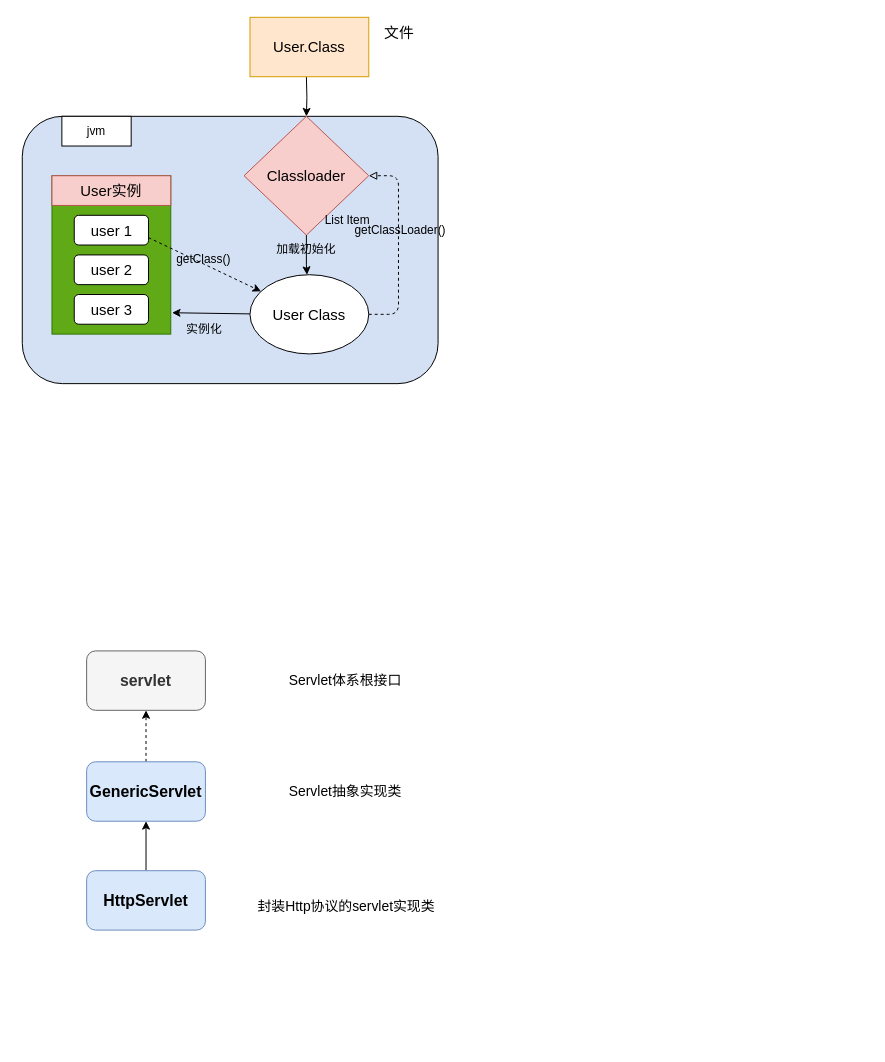
Before: 未命名绘图.drawio in fantasy-Jin/Mynote, a draw.io diagram. Source tidied: cells renumbered, new cells numbered last; positions are measured from the earlier drawing's top-left corner, leaving out a move shared by most shapes. Both pictures are drawn from the tidied source at 99%, with x=0, y=0 at pixel (22, 17).
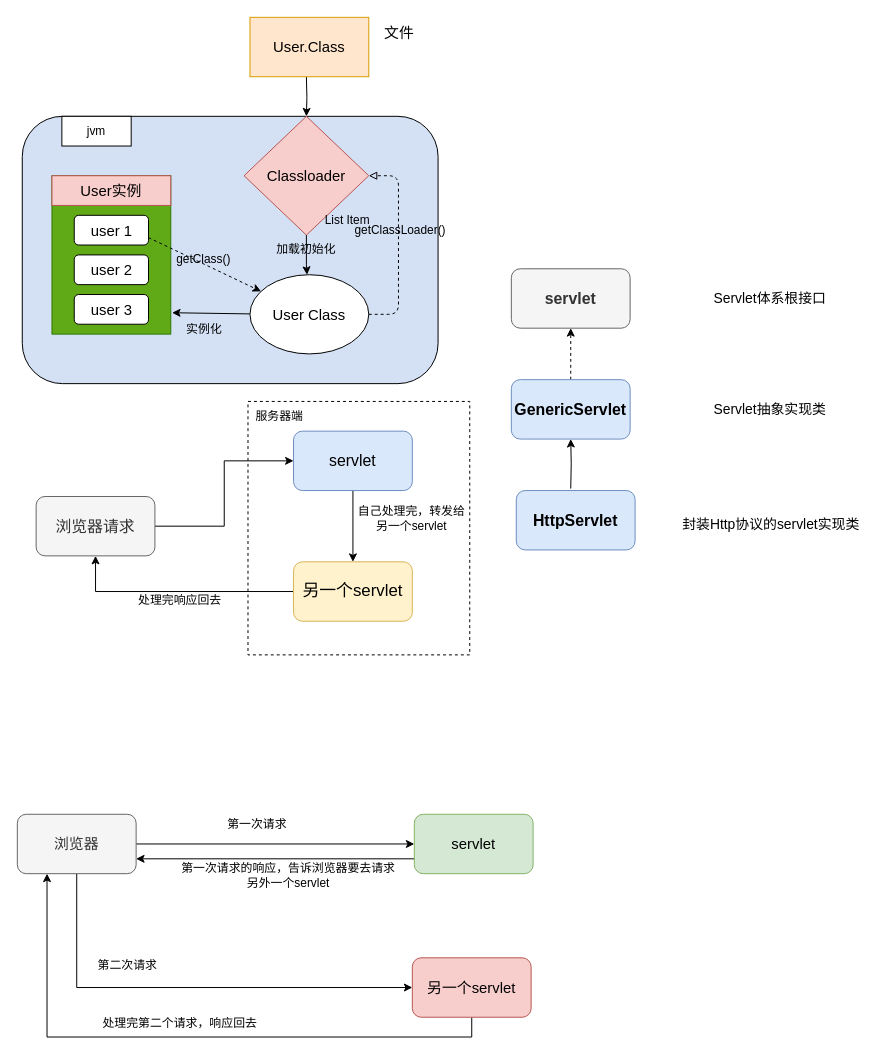
The same diagram, later.

Commit message:
更新未命名绘图.drawio

Diff of the diagram source:
```diff
@@
     <mxCell id="23" value="&lt;font style=&quot;font-size: 16px;&quot;&gt;&lt;b&gt;servlet&lt;/b&gt;&lt;/font&gt;" style="rounded=1;whiteSpace=wrap;html=1;fillColor=#f5f5f5;fontColor=#333333;strokeColor=#666666;" parent="1" vertex="1">
-      <mxGeometry x="65" y="640" width="120" height="60" as="geometry" />
+      <mxGeometry x="494" y="254" width="120" height="60" as="geometry" />
     </mxCell>
@@
     <mxCell id="25" value="&lt;font style=&quot;font-size: 16px;&quot;&gt;&lt;b&gt;GenericServlet&lt;/b&gt;&lt;/font&gt;" style="rounded=1;whiteSpace=wrap;html=1;fillColor=#dae8fc;strokeColor=#6c8ebf;" parent="1" vertex="1">
-      <mxGeometry x="65" y="752" width="120" height="60" as="geometry" />
+      <mxGeometry x="494" y="366" width="120" height="60" as="geometry" />
     </mxCell>
-    <mxCell id="26" style="edgeStyle=orthogonalEdgeStyle;rounded=0;jettySize=auto;html=1;exitX=0.5;exitY=0;exitDx=0;exitDy=0;" parent="1" edge="1" source="27" target="25">
-      <mxGeometry relative="1" as="geometry" />
+    <mxCell id="26" style="edgeStyle=orthogonalEdgeStyle;rounded=0;jettySize=auto;html=1;exitX=0.5;exitY=0;exitDx=0;exitDy=0;" parent="1" edge="1" target="25">
+      <mxGeometry relative="1" as="geometry">
+        <mxPoint x="554" y="476" as="sourcePoint" />
+      </mxGeometry>
     </mxCell>
     <mxCell id="27" value="&lt;font style=&quot;font-size: 16px;&quot;&gt;&lt;b&gt;HttpServlet&lt;/b&gt;&lt;/font&gt;" style="rounded=1;whiteSpace=wrap;html=1;fillColor=#dae8fc;strokeColor=#6c8ebf;" parent="1" vertex="1">
-      <mxGeometry x="65" y="862" width="120" height="60" as="geometry" />
+      <mxGeometry x="499" y="478" width="120" height="60" as="geometry" />
     </mxCell>
     <mxCell id="28" value="&lt;font style=&quot;font-size: 14px;&quot;&gt;Servlet体系根接口&lt;/font&gt;" style="text;html=1;align=center;verticalAlign=middle;strokeColor=none;fillColor=none;" parent="1" vertex="1">
-      <mxGeometry x="260" y="655.5" width="132" height="29" as="geometry" />
+      <mxGeometry x="689" y="269.5" width="132" height="29" as="geometry" />
     </mxCell>
     <mxCell id="29" value="&lt;font style=&quot;font-size: 14px;&quot;&gt;Servlet抽象实现类&lt;/font&gt;" style="text;html=1;align=center;verticalAlign=middle;strokeColor=none;fillColor=none;" parent="1" vertex="1">
-      <mxGeometry x="260" y="767.5" width="132" height="29" as="geometry" />
+      <mxGeometry x="689" y="381.5" width="132" height="29" as="geometry" />
     </mxCell>
     <mxCell id="30" value="&lt;font style=&quot;font-size: 14px;&quot;&gt;封装Http协议的servlet实现类&lt;/font&gt;" style="text;html=1;align=center;verticalAlign=middle;strokeColor=none;fillColor=none;" parent="1" vertex="1">
-      <mxGeometry x="228" y="883" width="197" height="29" as="geometry" />
+      <mxGeometry x="657" y="497" width="197" height="29" as="geometry" />
     </mxCell>
+    <mxCell id="31" style="edgeStyle=orthogonalEdgeStyle;rounded=0;jettySize=auto;html=1;exitX=1;exitY=0.5;exitDx=0;exitDy=0;entryX=0;entryY=0.5;entryDx=0;entryDy=0;" parent="1" edge="1" source="32" target="34">
+      <mxGeometry relative="1" as="geometry" />
+    </mxCell>
+    <mxCell id="32" value="&lt;font style=&quot;font-size: 16px;&quot;&gt;浏览器请求&lt;/font&gt;" style="rounded=1;whiteSpace=wrap;html=1;fillColor=#f5f5f5;fontColor=#333333;strokeColor=#666666;" parent="1" vertex="1">
+      <mxGeometry x="14" y="484" width="120" height="60" as="geometry" />
+    </mxCell>
+    <mxCell id="33" style="edgeStyle=orthogonalEdgeStyle;rounded=0;jettySize=auto;html=1;exitX=0.5;exitY=1;exitDx=0;exitDy=0;" parent="1" edge="1" source="34" target="36">
+      <mxGeometry relative="1" as="geometry" />
+    </mxCell>
+    <mxCell id="34" value="&lt;font style=&quot;font-size: 16px;&quot;&gt;servlet&lt;/font&gt;" style="rounded=1;whiteSpace=wrap;html=1;fillColor=#dae8fc;strokeColor=#6c8ebf;" parent="1" vertex="1">
+      <mxGeometry x="274" y="418" width="120" height="60" as="geometry" />
+    </mxCell>
+    <mxCell id="35" style="edgeStyle=orthogonalEdgeStyle;rounded=0;jettySize=auto;html=1;exitX=0;exitY=0.5;exitDx=0;exitDy=0;entryX=0.5;entryY=1;entryDx=0;entryDy=0;" parent="1" edge="1" source="36" target="32">
+      <mxGeometry relative="1" as="geometry" />
+    </mxCell>
+    <mxCell id="36" value="&lt;font style=&quot;font-size: 17px;&quot;&gt;另一个servlet&lt;/font&gt;" style="rounded=1;whiteSpace=wrap;html=1;fillColor=#fff2cc;strokeColor=#d6b656;" parent="1" vertex="1">
+      <mxGeometry x="274" y="550" width="120" height="60" as="geometry" />
+    </mxCell>
+    <mxCell id="37" value="自己处理完，转发给另一个servlet" style="text;html=1;strokeColor=none;fillColor=none;align=center;verticalAlign=middle;whiteSpace=wrap;rounded=0;" parent="1" vertex="1">
+      <mxGeometry x="336" y="478" width="115" height="55" as="geometry" />
+    </mxCell>
+    <mxCell id="38" value="处理完响应回去" style="text;html=1;strokeColor=none;fillColor=none;align=center;verticalAlign=middle;whiteSpace=wrap;rounded=0;" parent="1" vertex="1">
+      <mxGeometry x="95" y="574" width="129" height="30" as="geometry" />
+    </mxCell>
+    <mxCell id="39" style="rounded=0;whiteSpace=wrap;html=1;fillColor=none;dashed=1;" parent="1" vertex="1">
+      <mxGeometry x="228" y="388" width="224" height="256" as="geometry" />
+    </mxCell>
+    <mxCell id="40" value="服务器端" style="text;html=1;strokeColor=none;fillColor=none;align=center;verticalAlign=middle;whiteSpace=wrap;rounded=0;" parent="1" vertex="1">
+      <mxGeometry x="230" y="388" width="60" height="30" as="geometry" />
+    </mxCell>
+    <mxCell id="41" style="edgeStyle=orthogonalEdgeStyle;rounded=0;jettySize=auto;html=1;exitX=1;exitY=0.5;exitDx=0;exitDy=0;entryX=0;entryY=0.5;entryDx=0;entryDy=0;" parent="1" edge="1" source="43" target="45">
+      <mxGeometry relative="1" as="geometry" />
+    </mxCell>
+    <mxCell id="42" style="edgeStyle=orthogonalEdgeStyle;rounded=0;jettySize=auto;html=1;exitX=0.5;exitY=1;exitDx=0;exitDy=0;entryX=0;entryY=0.5;entryDx=0;entryDy=0;" parent="1" edge="1" source="43" target="47">
+      <mxGeometry relative="1" as="geometry" />
+    </mxCell>
+    <mxCell id="43" value="&lt;font style=&quot;font-size: 15px;&quot;&gt;浏览器&lt;/font&gt;" style="rounded=1;whiteSpace=wrap;html=1;fillColor=#f5f5f5;fontColor=#333333;strokeColor=#666666;" parent="1" vertex="1">
+      <mxGeometry x="-5" y="805" width="120" height="60" as="geometry" />
+    </mxCell>
+    <mxCell id="44" style="edgeStyle=orthogonalEdgeStyle;rounded=0;jettySize=auto;html=1;exitX=0;exitY=0.75;exitDx=0;exitDy=0;entryX=1;entryY=0.75;entryDx=0;entryDy=0;" parent="1" edge="1" source="45" target="43">
+      <mxGeometry relative="1" as="geometry" />
+    </mxCell>
+    <mxCell id="45" value="&lt;font style=&quot;font-size: 15px;&quot;&gt;servlet&lt;/font&gt;" style="rounded=1;whiteSpace=wrap;html=1;fillColor=#d5e8d4;strokeColor=#82b366;" parent="1" vertex="1">
+      <mxGeometry x="396" y="805" width="120" height="60" as="geometry" />
+    </mxCell>
+    <mxCell id="46" style="edgeStyle=orthogonalEdgeStyle;rounded=0;jettySize=auto;html=1;exitX=0.5;exitY=1;exitDx=0;exitDy=0;entryX=0.25;entryY=1;entryDx=0;entryDy=0;" parent="1" edge="1" source="47" target="43">
+      <mxGeometry relative="1" as="geometry" />
+    </mxCell>
+    <mxCell id="47" value="&lt;font style=&quot;font-size: 15px;&quot;&gt;另一个servlet&lt;/font&gt;" style="rounded=1;whiteSpace=wrap;html=1;fillColor=#f8cecc;strokeColor=#b85450;" parent="1" vertex="1">
+      <mxGeometry x="394" y="950" width="120" height="60" as="geometry" />
+    </mxCell>
+    <mxCell id="48" value="第一次请求" style="text;html=1;strokeColor=none;fillColor=none;align=center;verticalAlign=middle;whiteSpace=wrap;rounded=0;" parent="1" vertex="1">
+      <mxGeometry x="193" y="800" width="89" height="30" as="geometry" />
+    </mxCell>
+    <mxCell id="49" value="第一次请求的响应，告诉浏览器要去请求另外一个servlet" style="text;html=1;strokeColor=none;fillColor=none;align=center;verticalAlign=middle;whiteSpace=wrap;rounded=0;" parent="1" vertex="1">
+      <mxGeometry x="156" y="852" width="226" height="30" as="geometry" />
+    </mxCell>
+    <mxCell id="50" value="第二次请求" style="text;html=1;strokeColor=none;fillColor=none;align=center;verticalAlign=middle;whiteSpace=wrap;rounded=0;" parent="1" vertex="1">
+      <mxGeometry x="52.5" y="943" width="107" height="30" as="geometry" />
+    </mxCell>
+    <mxCell id="51" value="处理完第二个请求，响应回去" style="text;html=1;strokeColor=none;fillColor=none;align=center;verticalAlign=middle;whiteSpace=wrap;rounded=0;" parent="1" vertex="1">
+      <mxGeometry x="62" y="1001" width="195" height="30" as="geometry" />
+    </mxCell>
```
